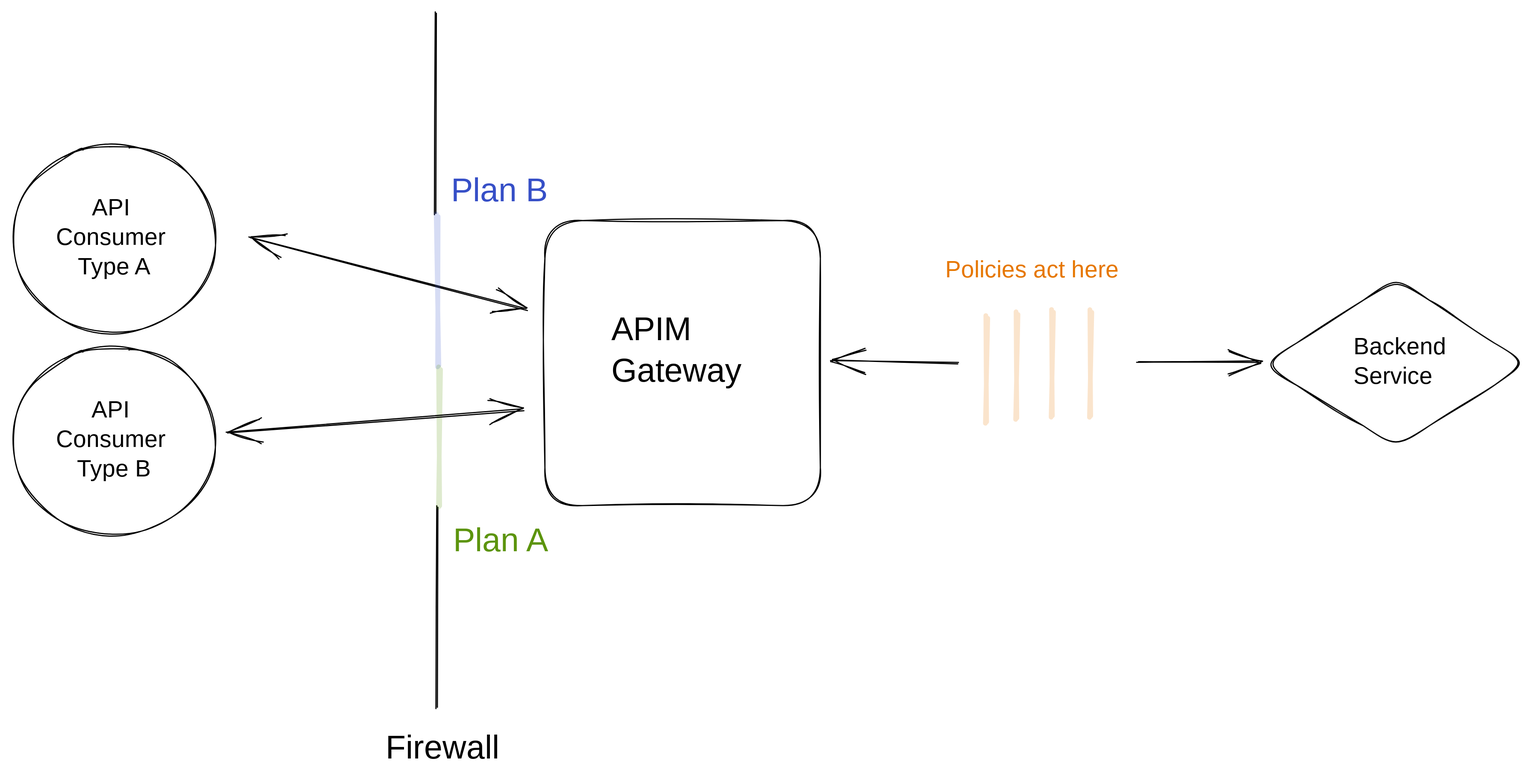
Above: docs/apim/4.2/.gitbook/assets/file.excalidraw (8).svg in gravitee-io/gravitee-platform-docs (Excalidraw), before the change. Source tidied: one line per element, renumbered; positions are measured from the earlier drawing's top-left corner, leaving out a move shared by most shapes. The source it was exported from:
```json
{"id": 0, "type": "ellipse", "strokeColor": "#000000", "strokeWidth": 1, "roughness": 1, "round": true, "x": 0, "y": 111, "width": 172, "height": 159}
{"id": 1, "type": "text", "text": "API \nConsumer \nType A", "strokeColor": "#000000", "strokeWidth": 1, "roughness": 1, "fontSize": 20, "fontFamily": 1, "textAlign": "center", "verticalAlign": "middle", "inside": 0, "x": 38, "y": 152, "width": 98, "height": 75}
{"id": 2, "type": "arrow", "strokeColor": "#000000", "strokeWidth": 1, "roughness": 1, "startArrowhead": "arrow", "endArrowhead": "arrow", "round": true, "from": 0, "to": 3, "x": 201, "y": 189, "width": 235, "height": 61, "points": [[0, 0], [235, 61]]}
{"id": 3, "type": "rectangle", "strokeColor": "#000000", "strokeWidth": 1, "roughness": 1, "round": true, "x": 451, "y": 175, "width": 233, "height": 241}
{"id": 4, "type": "text", "text": "APIM\nGateway", "strokeColor": "#000000", "strokeWidth": 1, "roughness": 1, "fontSize": 28, "fontFamily": 1, "x": 507, "y": 251, "width": 121, "height": 70}
{"id": 5, "type": "line", "strokeColor": "#000000", "strokeWidth": 1, "roughness": 1, "round": true, "x": 358, "y": 0, "width": 1, "height": 170, "points": [[0, 0], [1, 170]]}
{"id": 6, "type": "line", "strokeColor": "#000000", "strokeWidth": 1, "roughness": 1, "round": true, "x": 359, "y": 418, "width": 1, "height": 170, "points": [[0, 0], [1, 170]]}
{"id": 7, "type": "text", "text": "Firewall", "strokeColor": "#000000", "strokeWidth": 1, "roughness": 1, "fontSize": 28, "fontFamily": 1, "x": 316, "y": 605, "width": 100, "height": 35}
{"id": 8, "type": "line", "strokeColor": "#364fc7", "strokeWidth": 4, "roughness": 1, "opacity": 20, "round": true, "x": 360, "y": 170, "width": 1, "height": 128, "points": [[0, 0], [1, 128]]}
{"id": 9, "type": "line", "strokeColor": "#5c940d", "strokeWidth": 4, "roughness": 1, "opacity": 20, "round": true, "x": 362, "y": 299, "width": 0, "height": 118, "points": [[0, 0], [0, 118]]}
{"id": 10, "type": "text", "text": "Plan A", "strokeColor": "#5c940d", "strokeWidth": 4, "roughness": 1, "fontSize": 28, "fontFamily": 1, "x": 373, "y": 429, "width": 90, "height": 35}
{"id": 11, "type": "text", "text": "Plan B", "strokeColor": "#364fc7", "strokeWidth": 4, "roughness": 1, "fontSize": 28, "fontFamily": 1, "x": 371, "y": 133, "width": 92, "height": 35}
{"id": 12, "type": "ellipse", "strokeColor": "#000000", "strokeWidth": 1, "roughness": 1, "round": true, "x": 0, "y": 282, "width": 172, "height": 159}
{"id": 13, "type": "text", "text": "API \nConsumer \nType B", "strokeColor": "#000000", "strokeWidth": 1, "roughness": 1, "fontSize": 20, "fontFamily": 1, "textAlign": "center", "verticalAlign": "middle", "inside": 12, "x": 37, "y": 323, "width": 98, "height": 75}
{"id": 14, "type": "arrow", "strokeColor": "#000000", "strokeWidth": 1, "roughness": 1, "startArrowhead": "arrow", "endArrowhead": "arrow", "round": true, "from": 12, "to": 3, "x": 182, "y": 354, "width": 251, "height": 19, "points": [[0, 0], [251, -19]]}
{"id": 15, "type": "arrow", "strokeColor": "#000000", "strokeWidth": 1, "roughness": 1, "startArrowhead": "arrow", "round": true, "from": 3, "x": 693, "y": 292, "width": 106, "height": 3, "points": [[0, 0], [106, 3]]}
{"id": 16, "type": "diamond", "strokeColor": "#000000", "strokeWidth": 1, "roughness": 1, "round": true, "x": 1058, "y": 224, "width": 223, "height": 142}
{"id": 17, "type": "text", "text": "Backend\nService", "strokeColor": "#000000", "strokeWidth": 1, "roughness": 1, "fontSize": 20, "fontFamily": 1, "x": 1134, "y": 270, "width": 79, "height": 50}
{"id": 18, "type": "arrow", "strokeColor": "#000000", "strokeWidth": 1, "roughness": 1, "endArrowhead": "arrow", "round": true, "to": 16, "x": 952, "y": 294, "width": 104, "height": 0, "points": [[0, 0], [104, 0]]}
{"id": 19, "type": "line", "strokeColor": "#e67700", "strokeWidth": 4, "roughness": 1, "opacity": 20, "round": true, "x": 824, "y": 256, "width": 0, "height": 90, "points": [[0, 0], [0, 90]]}
{"id": 20, "type": "line", "strokeColor": "#e67700", "strokeWidth": 4, "roughness": 1, "opacity": 20, "round": true, "x": 850, "y": 253, "width": 0, "height": 90, "points": [[0, 0], [0, 90]]}
{"id": 21, "type": "line", "strokeColor": "#e67700", "strokeWidth": 4, "roughness": 1, "opacity": 20, "round": true, "x": 880, "y": 251, "width": 0, "height": 90, "points": [[0, 0], [0, 90]]}
{"id": 22, "type": "line", "strokeColor": "#e67700", "strokeWidth": 4, "roughness": 1, "opacity": 20, "round": true, "x": 912, "y": 251, "width": 0, "height": 90, "points": [[0, 0], [0, 90]]}
{"id": 23, "type": "text", "text": "Policies act here", "strokeColor": "#e67700", "strokeWidth": 1, "roughness": 1, "fontSize": 20, "fontFamily": 1, "x": 789, "y": 205, "width": 165, "height": 25}
```
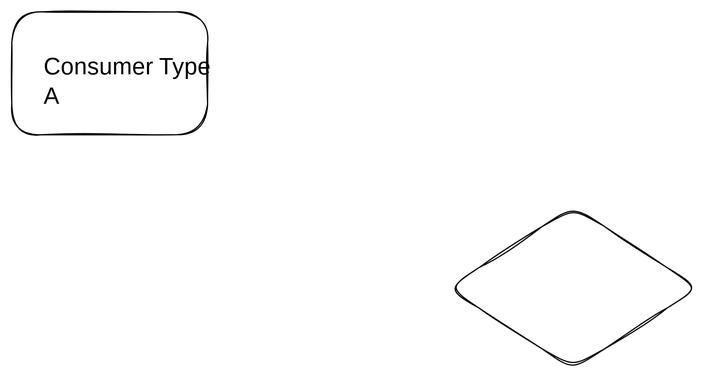
The same file after the commit.

What changed in the source:
```diff
@@ -1,24 +1,3 @@
-{"id": 0, "type": "ellipse", "strokeColor": "#000000", "strokeWidth": 1, "roughness": 1, "round": true, "x": 0, "y": 111, "width": 172, "height": 159}
-{"id": 1, "type": "text", "text": "API \nConsumer \nType A", "strokeColor": "#000000", "strokeWidth": 1, "roughness": 1, "fontSize": 20, "fontFamily": 1, "textAlign": "center", "verticalAlign": "middle", "inside": 0, "x": 38, "y": 152, "width": 98, "height": 75}
-{"id": 2, "type": "arrow", "strokeColor": "#000000", "strokeWidth": 1, "roughness": 1, "startArrowhead": "arrow", "endArrowhead": "arrow", "round": true, "from": 0, "to": 3, "x": 201, "y": 189, "width": 235, "height": 61, "points": [[0, 0], [235, 61]]}
-{"id": 3, "type": "rectangle", "strokeColor": "#000000", "strokeWidth": 1, "roughness": 1, "round": true, "x": 451, "y": 175, "width": 233, "height": 241}
-{"id": 4, "type": "text", "text": "APIM\nGateway", "strokeColor": "#000000", "strokeWidth": 1, "roughness": 1, "fontSize": 28, "fontFamily": 1, "x": 507, "y": 251, "width": 121, "height": 70}
-{"id": 5, "type": "line", "strokeColor": "#000000", "strokeWidth": 1, "roughness": 1, "round": true, "x": 358, "y": 0, "width": 1, "height": 170, "points": [[0, 0], [1, 170]]}
-{"id": 6, "type": "line", "strokeColor": "#000000", "strokeWidth": 1, "roughness": 1, "round": true, "x": 359, "y": 418, "width": 1, "height": 170, "points": [[0, 0], [1, 170]]}
-{"id": 7, "type": "text", "text": "Firewall", "strokeColor": "#000000", "strokeWidth": 1, "roughness": 1, "fontSize": 28, "fontFamily": 1, "x": 316, "y": 605, "width": 100, "height": 35}
-{"id": 8, "type": "line", "strokeColor": "#364fc7", "strokeWidth": 4, "roughness": 1, "opacity": 20, "round": true, "x": 360, "y": 170, "width": 1, "height": 128, "points": [[0, 0], [1, 128]]}
-{"id": 9, "type": "line", "strokeColor": "#5c940d", "strokeWidth": 4, "roughness": 1, "opacity": 20, "round": true, "x": 362, "y": 299, "width": 0, "height": 118, "points": [[0, 0], [0, 118]]}
-{"id": 10, "type": "text", "text": "Plan A", "strokeColor": "#5c940d", "strokeWidth": 4, "roughness": 1, "fontSize": 28, "fontFamily": 1, "x": 373, "y": 429, "width": 90, "height": 35}
-{"id": 11, "type": "text", "text": "Plan B", "strokeColor": "#364fc7", "strokeWidth": 4, "roughness": 1, "fontSize": 28, "fontFamily": 1, "x": 371, "y": 133, "width": 92, "height": 35}
-{"id": 12, "type": "ellipse", "strokeColor": "#000000", "strokeWidth": 1, "roughness": 1, "round": true, "x": 0, "y": 282, "width": 172, "height": 159}
-{"id": 13, "type": "text", "text": "API \nConsumer \nType B", "strokeColor": "#000000", "strokeWidth": 1, "roughness": 1, "fontSize": 20, "fontFamily": 1, "textAlign": "center", "verticalAlign": "middle", "inside": 12, "x": 37, "y": 323, "width": 98, "height": 75}
-{"id": 14, "type": "arrow", "strokeColor": "#000000", "strokeWidth": 1, "roughness": 1, "startArrowhead": "arrow", "endArrowhead": "arrow", "round": true, "from": 12, "to": 3, "x": 182, "y": 354, "width": 251, "height": 19, "points": [[0, 0], [251, -19]]}
-{"id": 15, "type": "arrow", "strokeColor": "#000000", "strokeWidth": 1, "roughness": 1, "startArrowhead": "arrow", "round": true, "from": 3, "x": 693, "y": 292, "width": 106, "height": 3, "points": [[0, 0], [106, 3]]}
-{"id": 16, "type": "diamond", "strokeColor": "#000000", "strokeWidth": 1, "roughness": 1, "round": true, "x": 1058, "y": 224, "width": 223, "height": 142}
-{"id": 17, "type": "text", "text": "Backend\nService", "strokeColor": "#000000", "strokeWidth": 1, "roughness": 1, "fontSize": 20, "fontFamily": 1, "x": 1134, "y": 270, "width": 79, "height": 50}
-{"id": 18, "type": "arrow", "strokeColor": "#000000", "strokeWidth": 1, "roughness": 1, "endArrowhead": "arrow", "round": true, "to": 16, "x": 952, "y": 294, "width": 104, "height": 0, "points": [[0, 0], [104, 0]]}
-{"id": 19, "type": "line", "strokeColor": "#e67700", "strokeWidth": 4, "roughness": 1, "opacity": 20, "round": true, "x": 824, "y": 256, "width": 0, "height": 90, "points": [[0, 0], [0, 90]]}
-{"id": 20, "type": "line", "strokeColor": "#e67700", "strokeWidth": 4, "roughness": 1, "opacity": 20, "round": true, "x": 850, "y": 253, "width": 0, "height": 90, "points": [[0, 0], [0, 90]]}
-{"id": 21, "type": "line", "strokeColor": "#e67700", "strokeWidth": 4, "roughness": 1, "opacity": 20, "round": true, "x": 880, "y": 251, "width": 0, "height": 90, "points": [[0, 0], [0, 90]]}
-{"id": 22, "type": "line", "strokeColor": "#e67700", "strokeWidth": 4, "roughness": 1, "opacity": 20, "round": true, "x": 912, "y": 251, "width": 0, "height": 90, "points": [[0, 0], [0, 90]]}
-{"id": 23, "type": "text", "text": "Policies act here", "strokeColor": "#e67700", "strokeWidth": 1, "roughness": 1, "fontSize": 20, "fontFamily": 1, "x": 789, "y": 205, "width": 165, "height": 25}
+{"id": 24, "type": "rectangle", "strokeColor": "#000000", "strokeWidth": 1, "roughness": 1, "round": true, "x": 189, "y": 119, "width": 165, "height": 104}
+{"id": 25, "type": "diamond", "strokeColor": "#000000", "strokeWidth": 1, "roughness": 1, "round": true, "x": 557, "y": 284, "width": 211, "height": 138}
+{"id": 26, "type": "text", "text": "Consumer Type\nA", "strokeColor": "#000000", "strokeWidth": 1, "roughness": 1, "fontSize": 20, "fontFamily": 1, "x": 215, "y": 154, "width": 144, "height": 50}
```
